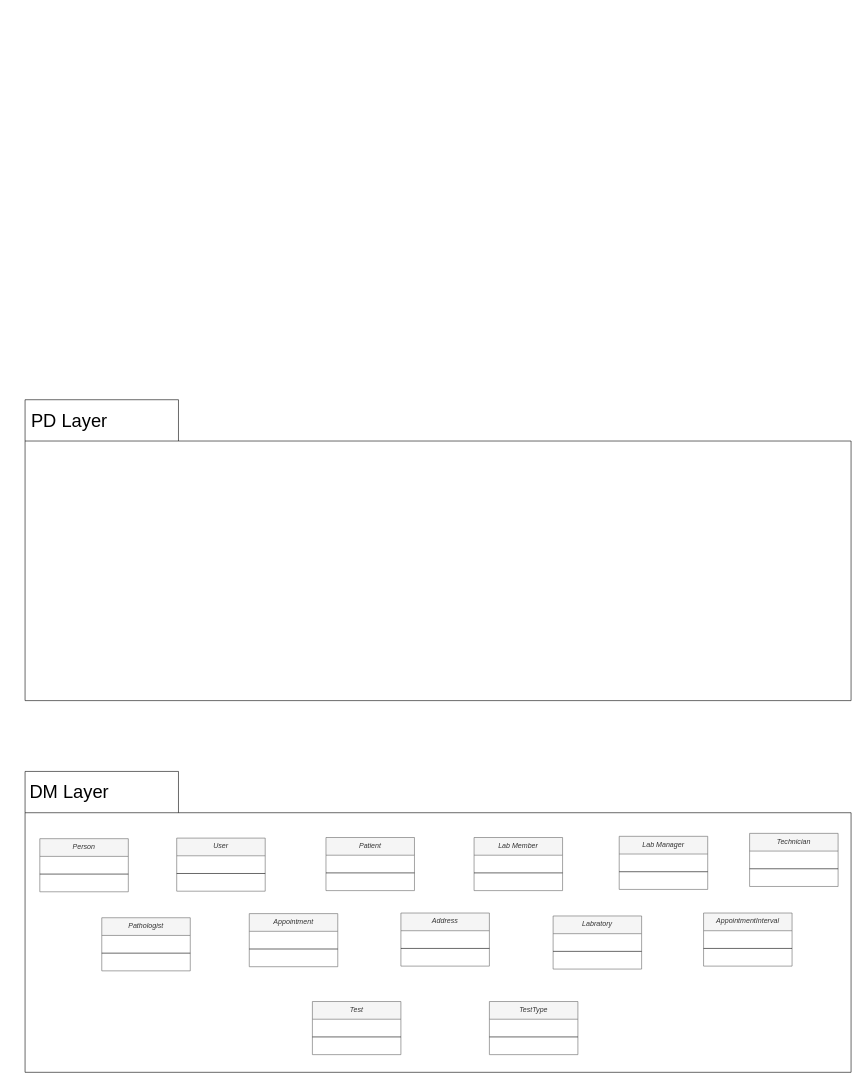
Above: PackageDiagram.drawio in ArashSameni/SoftwareEngineering (draw.io), before the change. Source tidied: cells renumbered, new cells numbered last; positions are measured from the earlier drawing's top-left corner, leaving out a move shared by most shapes. Both pictures are drawn from the tidied source at 59%, with x=0, y=0 at pixel (10, 399).
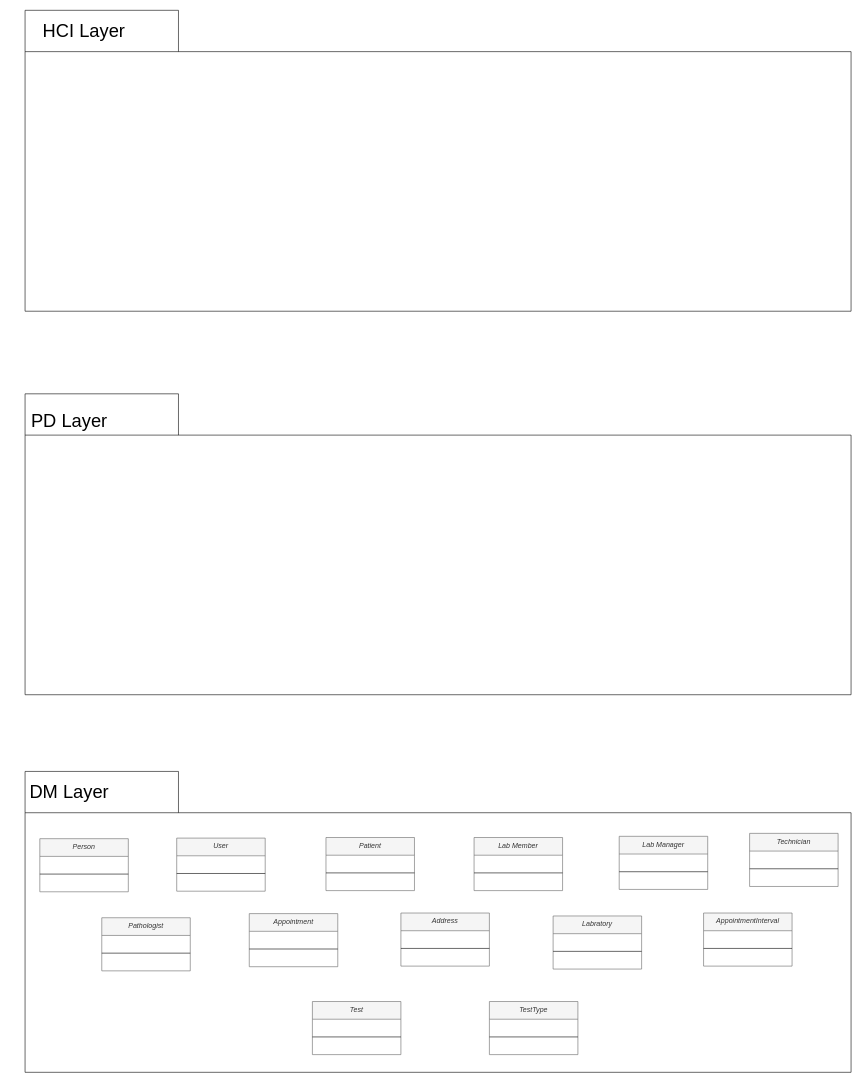
The same page after the edit.

What changed in the source:
```diff
@@
     <mxCell id="30" style="shape=folder;fontStyle=1;spacingTop=10;tabWidth=260;tabHeight=70;tabPosition=left;html=1;whiteSpace=wrap;hachureGap=4;fontFamily=Helvetica;fontSize=20;" parent="1" vertex="1">
-      <mxGeometry x="25" width="1400" height="510" as="geometry" />
+      <mxGeometry x="25" y="-10" width="1400" height="510" as="geometry" />
     </mxCell>
@@
+    <mxCell id="32" style="shape=folder;fontStyle=1;spacingTop=10;tabWidth=260;tabHeight=70;tabPosition=left;html=1;whiteSpace=wrap;hachureGap=4;fontFamily=Helvetica;fontSize=20;" parent="1" vertex="1">
+      <mxGeometry x="25" y="-660" width="1400" height="510" as="geometry" />
+    </mxCell>
+    <mxCell id="33" value="&lt;font style=&quot;font-size: 31px;&quot;&gt;HCI Layer&lt;/font&gt;" style="text;html=1;strokeColor=none;fillColor=none;align=center;verticalAlign=middle;whiteSpace=wrap;rounded=0;" parent="1" vertex="1">
+      <mxGeometry x="25" y="-640" width="200" height="30" as="geometry" />
+    </mxCell>
```
